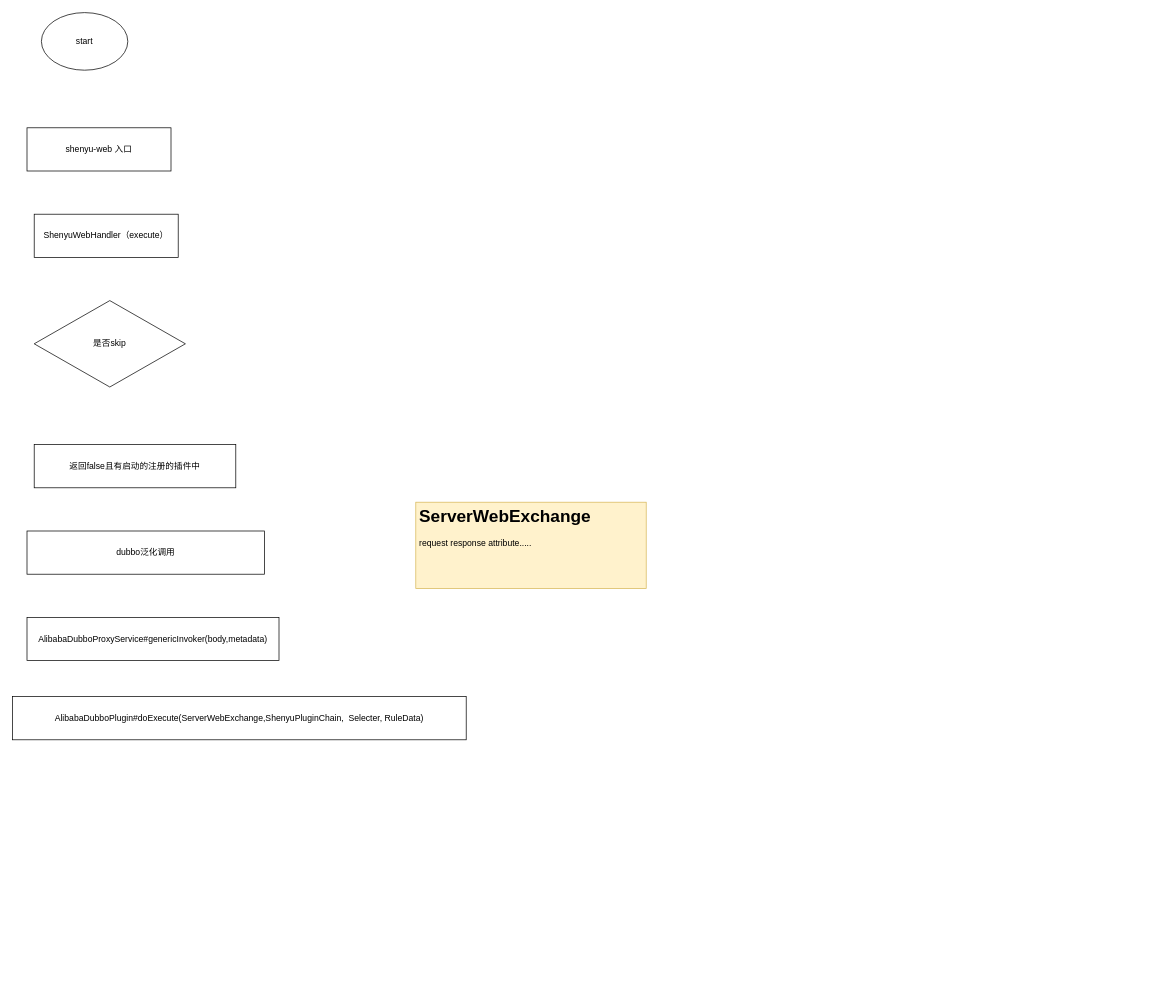
This is Shenye.drawio from FocusZhouGD/drawprogram, a draw.io file, before an edit. Source tidied: cells renumbered, new cells numbered last; positions are measured from the earlier drawing's top-left corner, leaving out a move shared by most shapes. Both pictures are drawn from the tidied source at 72%, with x=0, y=0 at pixel (12, 12).
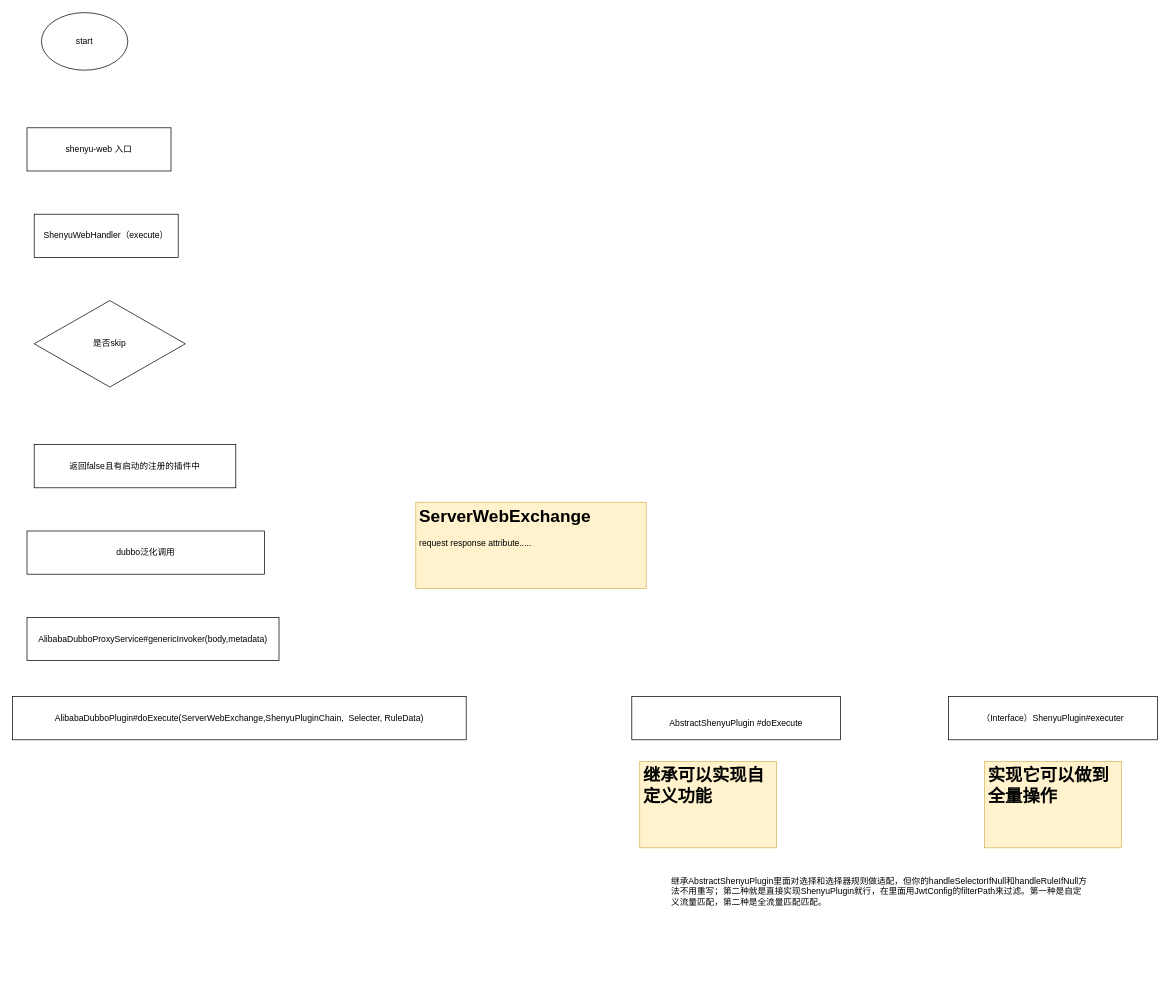
After the change.

Diff of the diagram source:
```diff
@@
 <mxGraphModel>
   <root>
     <mxCell id="0" />
     <mxCell id="1" parent="0" />
     <mxCell id="2" value="start" style="ellipse;whiteSpace=wrap;html=1;" parent="1" vertex="1">
       <mxGeometry x="40" width="120" height="80" as="geometry" />
     </mxCell>
     <mxCell id="3" value="shenyu-web 入口" style="rounded=0;whiteSpace=wrap;html=1;" parent="1" vertex="1">
       <mxGeometry x="20" y="160" width="200" height="60" as="geometry" />
     </mxCell>
     <mxCell id="4" value="ShenyuWebHandler（execute）" style="rounded=0;whiteSpace=wrap;html=1;" parent="1" vertex="1">
       <mxGeometry x="30" y="280" width="200" height="60" as="geometry" />
     </mxCell>
     <mxCell id="5" value="是否skip" style="rhombus;whiteSpace=wrap;html=1;" parent="1" vertex="1">
       <mxGeometry x="30" y="400" width="210" height="120" as="geometry" />
     </mxCell>
     <mxCell id="6" value="返回false且有启动的注册的插件中" style="rounded=0;whiteSpace=wrap;html=1;" parent="1" vertex="1">
       <mxGeometry x="30" y="600" width="280" height="60" as="geometry" />
     </mxCell>
     <mxCell id="7" value="dubbo泛化调用" style="rounded=0;whiteSpace=wrap;html=1;" parent="1" vertex="1">
       <mxGeometry x="20" y="720" width="330" height="60" as="geometry" />
     </mxCell>
     <mxCell id="8" value="AlibabaDubboProxyService#genericInvoker(body,metadata)" style="rounded=0;whiteSpace=wrap;html=1;" parent="1" vertex="1">
       <mxGeometry x="20" y="840" width="350" height="60" as="geometry" />
     </mxCell>
     <mxCell id="9" value="AlibabaDubboPlugin#doExecute(ServerWebExchange,ShenyuPluginChain,&amp;nbsp; Selecter, RuleData)" style="rounded=0;whiteSpace=wrap;html=1;" parent="1" vertex="1">
       <mxGeometry y="950" width="630" height="60" as="geometry" />
     </mxCell>
     <mxCell id="10" value="&lt;h1&gt;ServerWebExchange&lt;/h1&gt;&lt;div&gt;request response attribute.....&lt;/div&gt;" style="text;html=1;strokeColor=#d6b656;fillColor=#fff2cc;spacing=5;spacingTop=-20;whiteSpace=wrap;overflow=hidden;rounded=0;" parent="1" vertex="1">
       <mxGeometry x="560" y="680" width="320" height="120" as="geometry" />
     </mxCell>
+    <mxCell id="11" value="&lt;br&gt;AbstractShenyuPlugin #doExecute" style="rounded=0;whiteSpace=wrap;html=1;" parent="1" vertex="1">
+      <mxGeometry x="860" y="950" width="290" height="60" as="geometry" />
+    </mxCell>
+    <mxCell id="12" value="（Interface）ShenyuPlugin#executer" style="rounded=0;whiteSpace=wrap;html=1;" parent="1" vertex="1">
+      <mxGeometry x="1300" y="950" width="290" height="60" as="geometry" />
+    </mxCell>
+    <mxCell id="13" value="&lt;h1&gt;继承可以实现自定义功能&lt;/h1&gt;" style="text;html=1;strokeColor=#d6b656;fillColor=#fff2cc;spacing=5;spacingTop=-20;whiteSpace=wrap;overflow=hidden;rounded=0;" parent="1" vertex="1">
+      <mxGeometry x="871" y="1040" width="190" height="120" as="geometry" />
+    </mxCell>
+    <mxCell id="14" value="&lt;h1&gt;实现它可以做到全量操作&lt;/h1&gt;" style="text;html=1;strokeColor=#d6b656;fillColor=#fff2cc;spacing=5;spacingTop=-20;whiteSpace=wrap;overflow=hidden;rounded=0;" parent="1" vertex="1">
+      <mxGeometry x="1350" y="1040" width="190" height="120" as="geometry" />
+    </mxCell>
+    <mxCell id="15" value="继承AbstractShenyuPlugin里面对选择和选择器规则做适配，但你的handleSelectorIfNull和handleRuleIfNull方法不用重写；第二种就是直接实现ShenyuPlugin就行，在里面用JwtConfig的filterPath来过滤。第一种是自定义流量匹配，第二种是全流量匹配匹配。" style="text;html=1;strokeColor=none;fillColor=none;spacing=5;spacingTop=-20;whiteSpace=wrap;overflow=hidden;rounded=0;" parent="1" vertex="1">
+      <mxGeometry x="910" y="1210" width="590" height="150" as="geometry" />
+    </mxCell>
   </root>
 </mxGraphModel>
```
